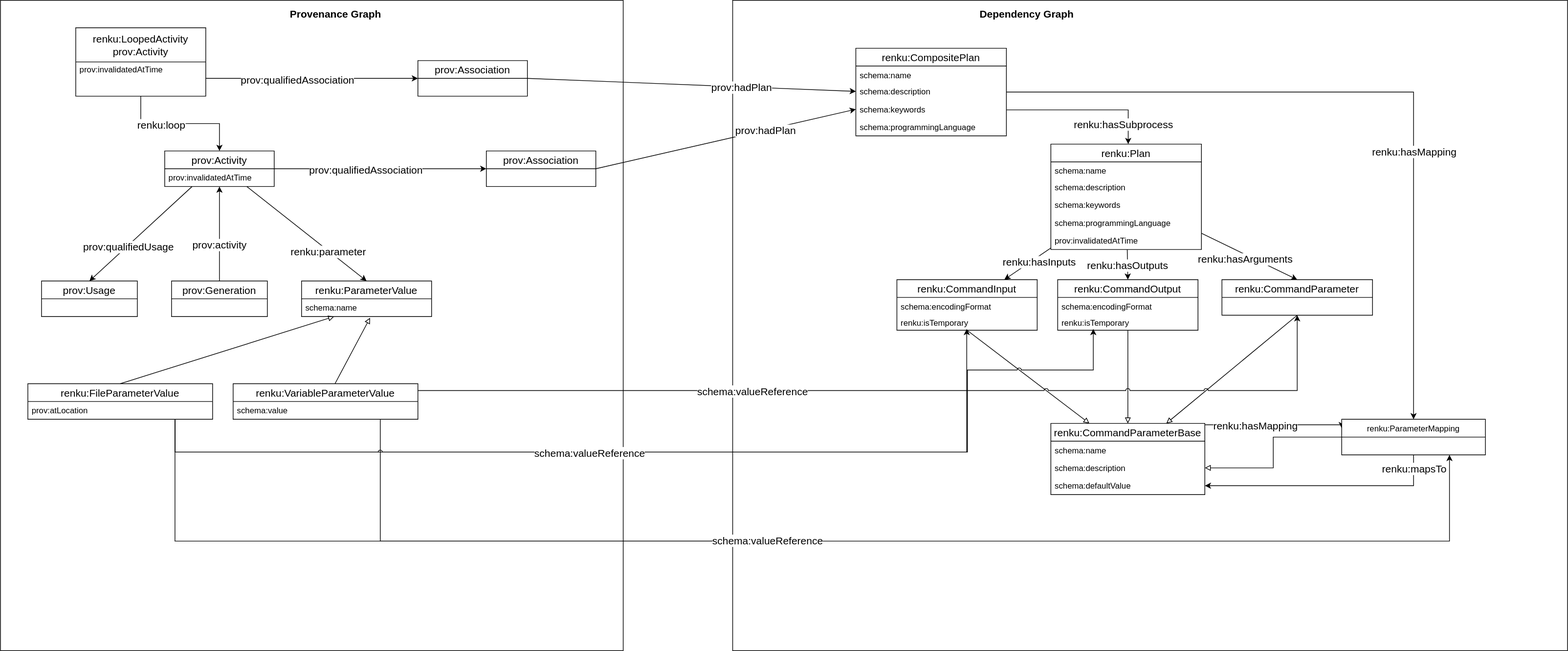
This is design/001-new-workflow-commands/looped-run-metadata.svg from SwissDataScienceCenter/renku-python, a draw.io export, as it was before one commit. Source tidied: cells renumbered, new cells last; positions are measured from the earlier drawing's top-left corner, leaving out a move shared by most shapes.
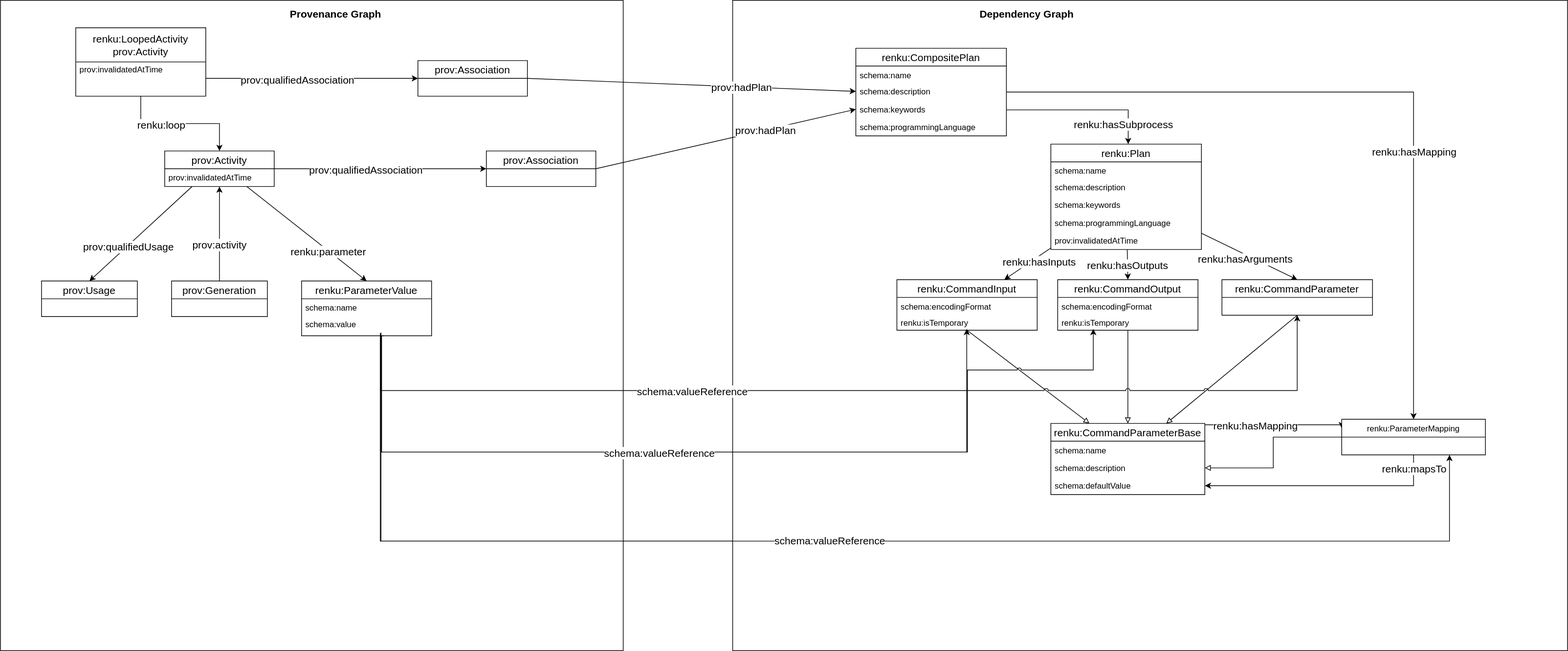
After the change.

Change to the diagram source:
```diff
@@ -18,7 +18,7 @@
       <mxGeometry x="250" y="410" width="140" height="52" as="geometry" />
     </mxCell>
     <mxCell id="7" value="renku:ParameterValue" style="swimlane;fontStyle=0;horizontal=1;startSize=26;fillColor=none;fontSize=15;" parent="1" vertex="1">
-      <mxGeometry x="440" y="410" width="190" height="52" as="geometry" />
+      <mxGeometry x="440" y="410" width="190" height="80" as="geometry" />
     </mxCell>
     <mxCell id="8" style="endArrow=classic;html=1;fontSize=15;exitX=0.25;exitY=1;exitDx=0;exitDy=0;entryX=0.5;entryY=0;entryDx=0;entryDy=0;" parent="1" edge="1" source="4" target="5">
       <mxGeometry relative="1" as="geometry" />
@@ -38,29 +38,17 @@
     <mxCell id="13" value="renku:parameter" style="edgeLabel;html=1;align=center;verticalAlign=middle;fontSize=15;" parent="12" vertex="1">
       <mxGeometry x="0.37" y="-1" relative="1" as="geometry" />
     </mxCell>
-    <mxCell id="14" value="renku:FileParameterValue" style="swimlane;fontStyle=0;horizontal=1;startSize=26;fillColor=none;fontSize=15;" parent="1" vertex="1">
-      <mxGeometry x="40" y="560" width="270" height="52" as="geometry" />
-    </mxCell>
-    <mxCell id="15" value="prov:atLocation" style="text;strokeColor=none;fillColor=none;align=left;verticalAlign=top;spacingLeft=4;spacingRight=4;overflow=hidden;" parent="14" vertex="1">
-      <mxGeometry y="26" width="270" height="26" as="geometry" />
-    </mxCell>
     <mxCell id="16" value="schema:name" style="text;strokeColor=none;fillColor=none;align=left;verticalAlign=top;spacingLeft=4;spacingRight=4;overflow=hidden;points=[[0,0.5],[1,0.5]];portConstraint=eastwest;" parent="1" vertex="1">
       <mxGeometry x="440" y="436" width="190" height="26" as="geometry" />
     </mxCell>
-    <mxCell id="17" style="edgeStyle=orthogonalEdgeStyle;rounded=0;jettySize=auto;html=1;entryX=0.75;entryY=1;entryDx=0;entryDy=0;startArrow=none;startFill=0;endArrow=classic;endFill=1;fontColor=#FFFFFF;" parent="1" edge="1" source="18" target="73">
+    <mxCell id="17" style="edgeStyle=orthogonalEdgeStyle;rounded=0;jettySize=auto;html=1;entryX=0.75;entryY=1;entryDx=0;entryDy=0;startArrow=none;startFill=0;endArrow=classic;endFill=1;fontColor=#FFFFFF;exitX=0.43;exitY=1.077;exitDx=0;exitDy=0;exitPerimeter=0;" parent="1" edge="1" source="19" target="73">
       <mxGeometry relative="1" as="geometry">
         <Array as="points">
-          <mxPoint x="555" y="790" />
-          <mxPoint x="1988" y="790" />
+          <mxPoint x="556" y="790" />
+          <mxPoint x="2118" y="790" />
         </Array>
       </mxGeometry>
     </mxCell>
-    <mxCell id="18" value="renku:VariableParameterValue" style="swimlane;fontStyle=0;horizontal=1;startSize=26;fillColor=none;fontSize=15;" parent="1" vertex="1">
-      <mxGeometry x="340" y="560" width="270" height="52" as="geometry" />
-    </mxCell>
-    <mxCell id="19" value="schema:value" style="text;strokeColor=none;fillColor=none;align=left;verticalAlign=top;spacingLeft=4;spacingRight=4;overflow=hidden;points=[[0,0.5],[1,0.5]];portConstraint=eastwest;" parent="18" vertex="1">
-      <mxGeometry y="26" width="270" height="26" as="geometry" />
-    </mxCell>
     <mxCell id="20" style="rounded=0;whiteSpace=wrap;html=1;fontSize=15;" parent="1" vertex="1">
       <mxGeometry x="1070" width="1220" height="950" as="geometry" />
     </mxCell>
@@ -91,7 +79,7 @@
         <mxPoint x="14.4" y="11.7" as="offset" />
       </mxGeometry>
     </mxCell>
-    <mxCell id="28" value="renku:Run" style="swimlane;fontStyle=0;horizontal=1;startSize=26;fillColor=none;fontSize=15;" parent="1" vertex="1">
+    <mxCell id="28" value="renku:Plan" style="swimlane;fontStyle=0;horizontal=1;startSize=26;fillColor=none;fontSize=15;" parent="1" vertex="1">
       <mxGeometry x="1535" y="210" width="220" height="154" as="geometry" />
     </mxCell>
     <mxCell id="29" value="schema:name" style="text;strokeColor=none;fillColor=none;align=left;verticalAlign=top;spacingLeft=4;spacingRight=4;overflow=hidden;" parent="28" vertex="1">
@@ -109,12 +97,6 @@
     <mxCell id="33" value="prov:invalidatedAtTime" style="text;strokeColor=none;fillColor=none;align=left;verticalAlign=top;spacingLeft=4;spacingRight=4;overflow=hidden;" parent="28" vertex="1">
       <mxGeometry y="128" width="220" height="26" as="geometry" />
     </mxCell>
-    <mxCell id="34" style="endArrow=block;html=1;fontSize=15;exitX=0.5;exitY=0;exitDx=0;exitDy=0;entryX=0.25;entryY=1;entryDx=0;entryDy=0;endFill=0;" parent="1" edge="1" source="14" target="7">
-      <mxGeometry relative="1" as="geometry" />
-    </mxCell>
-    <mxCell id="35" style="endArrow=block;html=1;fontSize=15;entryX=0.527;entryY=1.066;entryDx=0;entryDy=0;entryPerimeter=0;endFill=0;" parent="1" edge="1" source="18" target="16">
-      <mxGeometry relative="1" as="geometry" />
-    </mxCell>
     <mxCell id="36" value="prov:Association" style="swimlane;fontStyle=0;horizontal=1;startSize=26;fillColor=none;fontSize=15;" parent="1" vertex="1">
       <mxGeometry x="710" y="220" width="160" height="52" as="geometry" />
     </mxCell>
@@ -148,7 +130,7 @@
     <mxCell id="46" value="renku:isTemporary" style="text;strokeColor=none;fillColor=none;align=left;verticalAlign=top;spacingLeft=4;spacingRight=4;overflow=hidden;" parent="44" vertex="1">
       <mxGeometry y="50" width="205" height="24" as="geometry" />
     </mxCell>
-    <mxCell id="47" value="renku:CommandArgument" style="swimlane;fontStyle=0;horizontal=1;startSize=26;fillColor=none;fontSize=15;" parent="1" vertex="1">
+    <mxCell id="47" value="renku:CommandParameter" style="swimlane;fontStyle=0;horizontal=1;startSize=26;fillColor=none;fontSize=15;" parent="1" vertex="1">
       <mxGeometry x="1785" y="408" width="220" height="52" as="geometry" />
     </mxCell>
     <mxCell id="48" style="edgeStyle=orthogonalEdgeStyle;rounded=0;jettySize=auto;html=1;entryX=0;entryY=0.25;entryDx=0;entryDy=0;" parent="1" edge="1" source="50" target="73">
@@ -161,7 +143,7 @@
     <mxCell id="49" value="renku:hasMapping" style="edgeLabel;html=1;align=center;verticalAlign=middle;fontSize=15;" parent="48" vertex="1">
       <mxGeometry x="-0.29" relative="1" as="geometry" />
     </mxCell>
-    <mxCell id="50" value="renku:CommandParameter" style="swimlane;fontStyle=0;horizontal=1;startSize=26;fillColor=none;fontSize=15;" parent="1" vertex="1">
+    <mxCell id="50" value="renku:CommandParameterBase" style="swimlane;fontStyle=0;horizontal=1;startSize=26;fillColor=none;fontSize=15;" parent="1" vertex="1">
       <mxGeometry x="1535" y="618" width="225" height="104" as="geometry" />
     </mxCell>
     <mxCell id="51" value="schema:name" style="text;strokeColor=none;fillColor=none;align=left;verticalAlign=top;spacingLeft=4;spacingRight=4;overflow=hidden;" parent="50" vertex="1">
@@ -182,19 +164,21 @@
     <mxCell id="56" style="endArrow=block;html=1;fontSize=15;exitX=0.5;exitY=1;exitDx=0;exitDy=0;entryX=0.75;entryY=0;entryDx=0;entryDy=0;endFill=0;" parent="1" edge="1" source="47" target="50">
       <mxGeometry relative="1" as="geometry" />
     </mxCell>
-    <mxCell id="57" style="edgeStyle=orthogonalEdgeStyle;rounded=0;jettySize=auto;html=1;endArrow=classic;endFill=1;fontSize=15;entryX=0.498;entryY=0.917;entryDx=0;entryDy=0;entryPerimeter=0;" parent="1" edge="1" source="14" target="43">
+    <mxCell id="57" style="edgeStyle=orthogonalEdgeStyle;rounded=0;jettySize=auto;html=1;endArrow=classic;endFill=1;fontSize=15;entryX=0.498;entryY=0.917;entryDx=0;entryDy=0;entryPerimeter=0;" parent="1" edge="1" target="43">
       <mxGeometry relative="1" as="geometry">
+        <mxPoint x="560" y="490" as="sourcePoint" />
         <Array as="points">
-          <mxPoint x="255" y="660" />
+          <mxPoint x="557" y="490" />
+          <mxPoint x="557" y="660" />
           <mxPoint x="1412" y="660" />
         </Array>
       </mxGeometry>
     </mxCell>
-    <mxCell id="58" style="edgeStyle=orthogonalEdgeStyle;rounded=0;jettySize=auto;html=1;endArrow=classic;endFill=1;fontSize=15;jumpStyle=arc;" parent="1" edge="1" source="14">
+    <mxCell id="58" style="edgeStyle=orthogonalEdgeStyle;rounded=0;jettySize=auto;html=1;endArrow=classic;endFill=1;fontSize=15;jumpStyle=arc;exitX=0.43;exitY=0.974;exitDx=0;exitDy=0;exitPerimeter=0;" parent="1" edge="1" source="19">
       <mxGeometry relative="1" as="geometry">
         <mxPoint x="1597" y="480" as="targetPoint" />
         <Array as="points">
-          <mxPoint x="255" y="660" />
+          <mxPoint x="556" y="660" />
           <mxPoint x="1413" y="660" />
           <mxPoint x="1413" y="540" />
           <mxPoint x="1597" y="540" />
@@ -204,8 +188,9 @@
     <mxCell id="59" value="schema:valueReference" style="edgeLabel;html=1;align=center;verticalAlign=middle;fontSize=15;" parent="58" vertex="1">
       <mxGeometry x="-0.17" relative="1" as="geometry" />
     </mxCell>
-    <mxCell id="60" style="edgeStyle=orthogonalEdgeStyle;rounded=0;jettySize=auto;html=1;entryX=0.5;entryY=1;entryDx=0;entryDy=0;endArrow=classic;endFill=1;fontSize=15;jumpStyle=arc;" parent="1" edge="1" source="18" target="47">
+    <mxCell id="60" style="edgeStyle=orthogonalEdgeStyle;rounded=0;jettySize=auto;html=1;entryX=0.5;entryY=1;entryDx=0;entryDy=0;endArrow=classic;endFill=1;fontSize=15;jumpStyle=arc;" parent="1" edge="1" target="47">
       <mxGeometry relative="1" as="geometry">
+        <mxPoint x="555" y="490" as="sourcePoint" />
         <Array as="points">
           <mxPoint x="555" y="570" />
           <mxPoint x="1895" y="570" />
@@ -235,7 +220,7 @@
         <mxPoint x="-1" y="62" as="offset" />
       </mxGeometry>
     </mxCell>
-    <mxCell id="66" value="renku:GroupedRun" style="swimlane;fontStyle=0;horizontal=1;startSize=26;fontSize=15;" parent="1" vertex="1">
+    <mxCell id="66" value="renku:CompositePlan" style="swimlane;fontStyle=0;horizontal=1;startSize=26;fontSize=15;" parent="1" vertex="1">
       <mxGeometry x="1250" y="70" width="220" height="128" as="geometry" />
     </mxCell>
     <mxCell id="67" value="schema:name" style="text;strokeColor=none;fillColor=none;align=left;verticalAlign=top;spacingLeft=4;spacingRight=4;overflow=hidden;" parent="66" vertex="1">
@@ -264,10 +249,10 @@
     <mxCell id="74" style="edgeStyle=orthogonalEdgeStyle;rounded=0;jettySize=auto;html=1;entryX=0;entryY=0.5;entryDx=0;entryDy=0;endArrow=none;endFill=0;startArrow=block;startFill=0;" parent="1" edge="1" source="52" target="73">
       <mxGeometry relative="1" as="geometry" />
     </mxCell>
-    <mxCell id="75" style="edgeStyle=orthogonalEdgeStyle;rounded=0;jettySize=auto;html=1;startArrow=none;startFill=0;endArrow=classic;endFill=1;fontColor=#0FF007;entryX=0.75;entryY=1;entryDx=0;entryDy=0;" parent="1" edge="1" source="14" target="73">
+    <mxCell id="75" style="edgeStyle=orthogonalEdgeStyle;rounded=0;jettySize=auto;html=1;startArrow=none;startFill=0;endArrow=classic;endFill=1;fontColor=#0FF007;entryX=0.75;entryY=1;entryDx=0;entryDy=0;" parent="1" edge="1" source="19" target="73">
       <mxGeometry relative="1" as="geometry">
         <Array as="points">
-          <mxPoint x="255" y="790" />
+          <mxPoint x="555" y="790" />
           <mxPoint x="2118" y="790" />
         </Array>
       </mxGeometry>
@@ -307,5 +292,8 @@
     <mxCell id="86" value="prov:invalidatedAtTime" style="text;align=left;verticalAlign=top;spacingLeft=4;spacingRight=4;overflow=hidden;" parent="1" vertex="1">
       <mxGeometry x="110" y="88" width="190" height="26" as="geometry" />
     </mxCell>
+    <mxCell id="19" value="schema:value" style="text;strokeColor=none;fillColor=none;align=left;verticalAlign=top;spacingLeft=4;spacingRight=4;overflow=hidden;points=[[0,0.5],[1,0.5]];portConstraint=eastwest;" parent="1" vertex="1">
+      <mxGeometry x="440" y="460" width="270" height="26" as="geometry" />
+    </mxCell>
   </root>
 </mxGraphModel>
```
